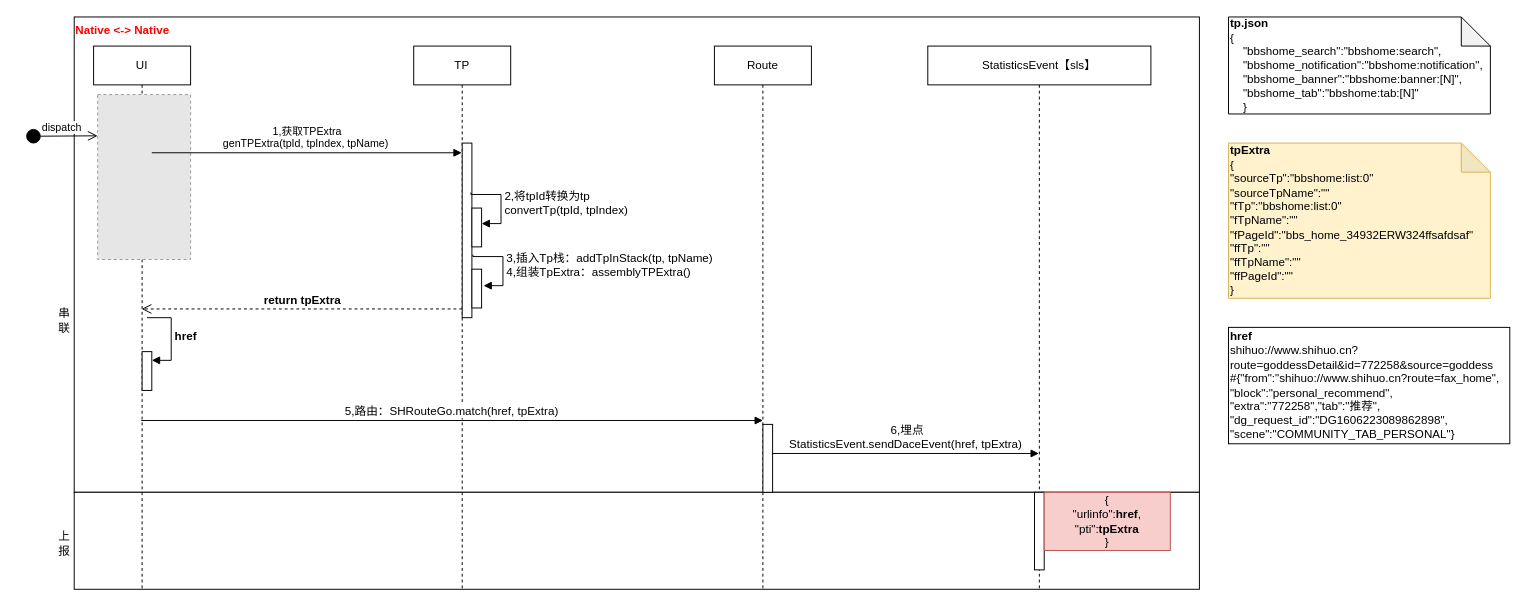
Above: 端上埋点方案V2.drawio in aiquantong/Hero (draw.io), before the change. Source tidied: cells renumbered, new cells numbered last; positions are measured from the earlier drawing's top-left corner, leaving out a move shared by most shapes. Both pictures are drawn from the tidied source at 97%, with x=0, y=0 at pixel (25, 16). Pictures stored in the file or linked from it are replaced by grey dashed boxes.
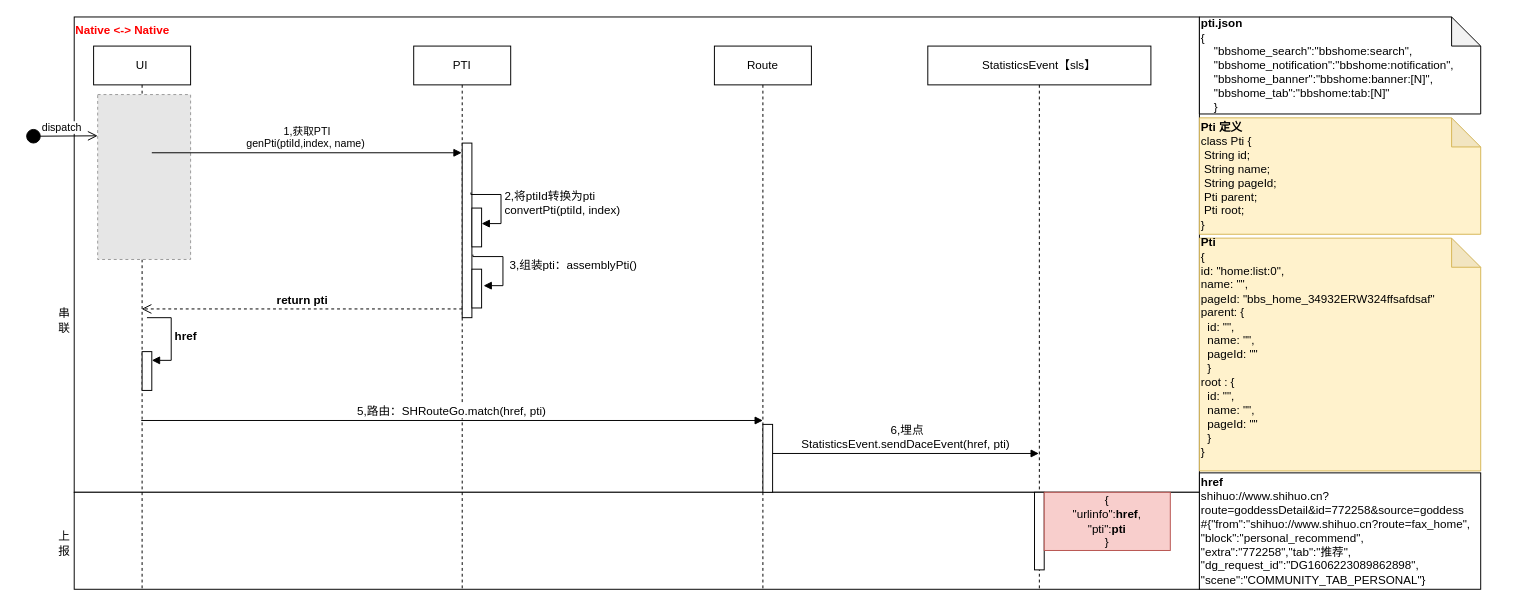
Above is the later version.

Commit message:
Update 端上埋点方案V2.drawio

Unchanged cells that the change refers to:
```xml
<mxCell id="2" style="group;" parent="1" vertex="1">
  <mxGeometry width="1530" height="590" as="geometry" />
</mxCell>
<mxCell id="7" value="UI" style="shape=umlLifeline;perimeter=lifelinePerimeter;whiteSpace=wrap;html=1;outlineConnect=0;" parent="2" vertex="1">
  <mxGeometry x="70" y="30" width="100" height="560" as="geometry" />
</mxCell>
<mxCell id="13" style="html=1;points=[];perimeter=orthogonalPerimeter;fontSize=12;" parent="12" vertex="1">
  <mxGeometry x="50" y="100" width="10" height="180" as="geometry" />
</mxCell>
```

What changed in the source:
```diff
@@
-    <mxCell id="12" value="TP" style="shape=umlLifeline;perimeter=lifelinePerimeter;whiteSpace=wrap;html=1;outlineConnect=0;" parent="2" vertex="1">
+    <mxCell id="12" value="PTI" style="shape=umlLifeline;perimeter=lifelinePerimeter;whiteSpace=wrap;html=1;outlineConnect=0;" parent="2" vertex="1">
       <mxGeometry x="400" y="30" width="100" height="560" as="geometry" />
     </mxCell>
@@
-    <mxCell id="15" value="2,将tpId转换为tp&lt;br&gt;convertTp(tpId, tpIndex)&amp;nbsp;" style="edgeStyle=orthogonalEdgeStyle;html=1;align=left;spacingLeft=2;endArrow=block;rounded=0;entryX=1;entryY=0;fontSize=12;exitX=0.9;exitY=0.292;exitDx=0;exitDy=0;exitPerimeter=0;" parent="12" edge="1">
+    <mxCell id="15" value="2,将ptiId转换为pti&lt;br&gt;convertPti(ptiId, index)&amp;nbsp;" style="edgeStyle=orthogonalEdgeStyle;html=1;align=left;spacingLeft=2;endArrow=block;rounded=0;entryX=1;entryY=0;fontSize=12;exitX=0.9;exitY=0.292;exitDx=0;exitDy=0;exitPerimeter=0;" parent="12" edge="1">
       <mxGeometry relative="1" as="geometry">
         <mxPoint x="59" y="151" as="sourcePoint" />
         <mxPoint x="70" y="183" as="targetPoint" />
         <Array as="points">
           <mxPoint x="59" y="153" />
           <mxPoint x="90" y="153" />
           <mxPoint x="90" y="183" />
         </Array>
       </mxGeometry>
     </mxCell>
-    <mxCell id="16" value="1,获取TPExtra&lt;br&gt;genTPExtra(tpId, tpIndex, tpName)&amp;nbsp;" style="html=1;verticalAlign=bottom;endArrow=block;" parent="2" edge="1" target="12">
+    <mxCell id="16" value="1,获取PTI&lt;br&gt;genPti(ptiId,index, name)&amp;nbsp;" style="html=1;verticalAlign=bottom;endArrow=block;" parent="2" edge="1" target="12">
       <mxGeometry relative="1" as="geometry">
         <mxPoint x="130" y="140" as="sourcePoint" />
       </mxGeometry>
     </mxCell>
-    <mxCell id="17" value="&lt;b&gt;return tpExtra&lt;/b&gt;" style="html=1;verticalAlign=bottom;endArrow=open;dashed=1;endSize=8;exitX=0;exitY=0.95;fontSize=12;" parent="2" edge="1" source="13" target="7">
+    <mxCell id="17" value="&lt;b&gt;return pti&lt;/b&gt;" style="html=1;verticalAlign=bottom;endArrow=open;dashed=1;endSize=8;exitX=0;exitY=0.95;fontSize=12;" parent="2" edge="1" source="13" target="7">
       <mxGeometry relative="1" as="geometry" />
     </mxCell>
@@
-    <mxCell id="20" value="5,路由：SHRouteGo.match(href, tpExtra)" style="html=1;verticalAlign=bottom;endArrow=block;entryX=0;entryY=0;fontSize=12;" parent="2" edge="1">
+    <mxCell id="20" value="5,路由：SHRouteGo.match(href, pti)" style="html=1;verticalAlign=bottom;endArrow=block;entryX=0;entryY=0;fontSize=12;" parent="2" edge="1">
       <mxGeometry relative="1" as="geometry">
         <mxPoint x="119.1" y="416" as="sourcePoint" />
         <mxPoint x="760" y="416" as="targetPoint" />
       </mxGeometry>
     </mxCell>
@@
-    <mxCell id="23" value="&amp;nbsp;6,埋点&lt;br&gt;StatisticsEvent.sendDaceEvent(href, tpExtra)" style="html=1;verticalAlign=bottom;endArrow=block;fontSize=12;" parent="2" edge="1">
+    <mxCell id="23" value="&amp;nbsp;6,埋点&lt;br&gt;StatisticsEvent.sendDaceEvent(href, pti)" style="html=1;verticalAlign=bottom;endArrow=block;fontSize=12;" parent="2" edge="1">
       <mxGeometry relative="1" as="geometry">
         <mxPoint x="770" y="450" as="sourcePoint" />
         <mxPoint x="1044.5" y="450" as="targetPoint" />
       </mxGeometry>
     </mxCell>
-    <mxCell id="24" value="&lt;div&gt;&lt;b&gt;tp.json&lt;/b&gt;&lt;/div&gt;&lt;div&gt;&lt;span&gt;{&lt;/span&gt;&lt;br&gt;&lt;/div&gt;&lt;div&gt;&amp;nbsp; &amp;nbsp; &quot;bbshome_search&quot;:&quot;bbshome:search&quot;,&lt;/div&gt;&lt;div&gt;&amp;nbsp; &amp;nbsp; &quot;bbshome_notification&quot;:&quot;bbshome:notification&quot;,&lt;/div&gt;&lt;div&gt;&amp;nbsp; &amp;nbsp; &quot;bbshome_banner&quot;:&quot;bbshome:banner:[N]&quot;,&lt;/div&gt;&lt;div&gt;&amp;nbsp; &amp;nbsp; &quot;bbshome_tab&quot;:&quot;bbshome:tab:[N]&quot;&lt;/div&gt;&lt;div&gt;&amp;nbsp; &amp;nbsp; }&lt;/div&gt;" style="shape=note;whiteSpace=wrap;html=1;backgroundOutline=1;darkOpacity=0.05;fontSize=12;align=left;" parent="2" vertex="1">
-      <mxGeometry x="1240" width="270" height="100" as="geometry" />
+    <mxCell id="24" value="&lt;div&gt;&lt;b&gt;pti.json&lt;/b&gt;&lt;/div&gt;&lt;div&gt;&lt;span&gt;{&lt;/span&gt;&lt;br&gt;&lt;/div&gt;&lt;div&gt;&amp;nbsp; &amp;nbsp; &quot;bbshome_search&quot;:&quot;bbshome:search&quot;,&lt;/div&gt;&lt;div&gt;&amp;nbsp; &amp;nbsp; &quot;bbshome_notification&quot;:&quot;bbshome:notification&quot;,&lt;/div&gt;&lt;div&gt;&amp;nbsp; &amp;nbsp; &quot;bbshome_banner&quot;:&quot;bbshome:banner:[N]&quot;,&lt;/div&gt;&lt;div&gt;&amp;nbsp; &amp;nbsp; &quot;bbshome_tab&quot;:&quot;bbshome:tab:[N]&quot;&lt;/div&gt;&lt;div&gt;&amp;nbsp; &amp;nbsp; }&lt;/div&gt;" style="shape=note;whiteSpace=wrap;html=1;backgroundOutline=1;darkOpacity=0.05;fontSize=12;align=left;" parent="2" vertex="1">
+      <mxGeometry x="1210" width="290" height="100" as="geometry" />
     </mxCell>
-    <mxCell id="25" value="{&lt;br&gt;&quot;urlinfo&quot;:&lt;b&gt;href&lt;/b&gt;,&lt;br&gt;&quot;pti&quot;:&lt;b&gt;tpExtra&lt;/b&gt;&lt;br&gt;}" style="text;html=1;strokeColor=#b85450;fillColor=#f8cecc;align=center;verticalAlign=middle;whiteSpace=wrap;rounded=0;fontSize=12;" parent="2" vertex="1">
+    <mxCell id="25" value="{&lt;br&gt;&quot;urlinfo&quot;:&lt;b&gt;href&lt;/b&gt;,&lt;br&gt;&quot;pti&quot;:&lt;b&gt;pti&lt;/b&gt;&lt;br&gt;}" style="text;html=1;strokeColor=#b85450;fillColor=#f8cecc;align=center;verticalAlign=middle;whiteSpace=wrap;rounded=0;fontSize=12;" parent="2" vertex="1">
       <mxGeometry x="1050" y="490" width="130" height="60" as="geometry" />
     </mxCell>
@@
-    <mxCell id="27" value="3,插入Tp栈：addTpInStack(tp, tpName)&amp;nbsp;&lt;br&gt;4,组装TpExtra：assemblyTPExtra()&amp;nbsp;" style="edgeStyle=orthogonalEdgeStyle;html=1;align=left;spacingLeft=2;endArrow=block;rounded=0;entryX=1;entryY=0;fontSize=12;exitX=0.9;exitY=0.292;exitDx=0;exitDy=0;exitPerimeter=0;" parent="2" edge="1">
+    <mxCell id="27" value="&amp;nbsp;3,组装pti：assemblyPti()&amp;nbsp;" style="edgeStyle=orthogonalEdgeStyle;html=1;align=left;spacingLeft=2;endArrow=block;rounded=0;entryX=1;entryY=0;fontSize=12;exitX=0.9;exitY=0.292;exitDx=0;exitDy=0;exitPerimeter=0;" parent="2" edge="1">
       <mxGeometry relative="1" as="geometry">
         <mxPoint x="461" y="245" as="sourcePoint" />
         <mxPoint x="472" y="277" as="targetPoint" />
         <Array as="points">
           <mxPoint x="461" y="247" />
           <mxPoint x="492" y="247" />
           <mxPoint x="492" y="277" />
         </Array>
       </mxGeometry>
     </mxCell>
-    <mxCell id="28" value="&lt;div&gt;&lt;b&gt;tpExtra&lt;/b&gt;&lt;/div&gt;&lt;div&gt;{&lt;/div&gt;&lt;div&gt;&quot;sourceTp&quot;:&quot;bbshome:list:0&quot;&lt;/div&gt;&lt;div&gt;&quot;sourceTpName&quot;:&quot;&quot;&lt;/div&gt;&lt;div&gt;&quot;fTp&quot;:&quot;bbshome:list:0&quot;&lt;/div&gt;&lt;div&gt;&quot;fTpName&quot;:&quot;&quot;&lt;/div&gt;&lt;div&gt;&quot;fPageId&quot;:&quot;bbs_home_34932ERW324ffsafdsaf&quot;&lt;/div&gt;&lt;div&gt;&quot;ffTp&quot;:&quot;&quot;&lt;/div&gt;&lt;div&gt;&quot;ffTpName&quot;:&quot;&quot;&lt;/div&gt;&lt;div&gt;&quot;ffPageId&quot;:&quot;&quot;&lt;/div&gt;&lt;div&gt;}&lt;/div&gt;" style="shape=note;whiteSpace=wrap;html=1;backgroundOutline=1;darkOpacity=0.05;fontSize=12;align=left;fillColor=#fff2cc;strokeColor=#d6b656;" parent="2" vertex="1">
-      <mxGeometry x="1240" y="130" width="270" height="160" as="geometry" />
+    <mxCell id="28" value="&lt;div&gt;&lt;span&gt;&lt;b&gt;Pti&amp;nbsp;&lt;/b&gt;&lt;/span&gt;&lt;/div&gt;&lt;div&gt;&lt;span&gt;{&lt;/span&gt;&lt;br&gt;&lt;/div&gt;&lt;div&gt;&lt;div&gt;&lt;span&gt; &lt;/span&gt;id: &quot;home:list:0&quot;,&lt;/div&gt;&lt;div&gt;&lt;span&gt; &lt;/span&gt;name: &quot;&quot;,&lt;/div&gt;&lt;div&gt;&lt;span&gt; &lt;/span&gt;pageId: &quot;bbs_home_34932ERW324ffsafdsaf&quot;&lt;/div&gt;&lt;div&gt;&lt;span&gt; &lt;/span&gt;parent: {&lt;/div&gt;&lt;div&gt;&lt;span&gt; &lt;/span&gt;&amp;nbsp; id: &quot;&quot;,&lt;/div&gt;&lt;div&gt;&lt;span&gt; &lt;/span&gt;&amp;nbsp; name: &quot;&quot;,&lt;/div&gt;&lt;div&gt;&lt;span&gt; &lt;/span&gt;&amp;nbsp; pageId: &quot;&quot;&lt;/div&gt;&lt;div&gt;&lt;span&gt;&lt;/span&gt;&amp;nbsp; }&lt;/div&gt;&lt;div&gt;root : {&lt;/div&gt;&lt;div&gt;&lt;div&gt;&amp;nbsp; id: &quot;&quot;,&lt;/div&gt;&lt;div&gt;&amp;nbsp; name: &quot;&quot;,&lt;/div&gt;&lt;div&gt;&amp;nbsp; pageId: &quot;&quot;&lt;/div&gt;&lt;/div&gt;&lt;div&gt;&amp;nbsp; }&lt;/div&gt;&lt;div&gt;}&lt;/div&gt;&lt;/div&gt;&lt;div&gt;&lt;br&gt;&lt;/div&gt;" style="shape=note;whiteSpace=wrap;html=1;backgroundOutline=1;darkOpacity=0.05;fontSize=12;align=left;fillColor=#fff2cc;strokeColor=#d6b656;" parent="2" vertex="1">
+      <mxGeometry x="1210" y="228" width="290" height="240" as="geometry" />
     </mxCell>
@@
     <mxCell id="30" value="&lt;span&gt;&lt;b&gt;href&lt;/b&gt;&lt;/span&gt;&lt;br style=&quot;padding: 0px ; margin: 0px&quot;&gt;&lt;span&gt;shihuo://www.shihuo.cn?&lt;/span&gt;&lt;br style=&quot;padding: 0px ; margin: 0px&quot;&gt;&lt;span&gt;route=goddessDetail&amp;amp;id=772258&amp;amp;source=goddess&lt;/span&gt;&lt;br style=&quot;padding: 0px ; margin: 0px&quot;&gt;&lt;span&gt;#{&quot;from&quot;:&quot;shihuo://www.shihuo.cn?route=fax_home&quot;,&lt;/span&gt;&lt;br style=&quot;padding: 0px ; margin: 0px&quot;&gt;&lt;span&gt;&quot;block&quot;:&quot;personal_recommend&quot;,&lt;/span&gt;&lt;br style=&quot;padding: 0px ; margin: 0px&quot;&gt;&lt;span&gt;&quot;extra&quot;:&quot;772258&quot;,&quot;tab&quot;:&quot;推荐&quot;,&lt;/span&gt;&lt;br style=&quot;padding: 0px ; margin: 0px&quot;&gt;&lt;span&gt;&quot;dg_request_id&quot;:&quot;DG1606223089862898&quot;,&lt;/span&gt;&lt;br style=&quot;padding: 0px ; margin: 0px&quot;&gt;&lt;div&gt;&lt;span&gt;&quot;scene&quot;:&quot;COMMUNITY_TAB_PERSONAL&quot;}&lt;/span&gt;&lt;/div&gt;" style="rounded=0;whiteSpace=wrap;html=1;align=left;" parent="2" vertex="1">
-      <mxGeometry x="1240" y="320" width="290" height="120" as="geometry" />
+      <mxGeometry x="1210" y="470" width="290" height="120" as="geometry" />
     </mxCell>
+    <mxCell id="31" value="&lt;div&gt;&lt;b&gt;Pti 定义&lt;/b&gt;&lt;/div&gt;&lt;div&gt;&lt;div&gt;class Pti {&lt;/div&gt;&lt;div&gt;&lt;span&gt;&lt;/span&gt;&amp;nbsp;String id;&lt;/div&gt;&lt;div&gt;&lt;span&gt;&lt;/span&gt;&amp;nbsp;String name;&lt;/div&gt;&lt;div&gt;&lt;span&gt;&lt;/span&gt;&amp;nbsp;String pageId;&lt;/div&gt;&lt;div&gt;&lt;span&gt;&lt;/span&gt;&amp;nbsp;Pti parent;&lt;/div&gt;&lt;div&gt;&lt;span&gt;&lt;/span&gt;&amp;nbsp;Pti root;&lt;/div&gt;&lt;div&gt;}&lt;/div&gt;&lt;/div&gt;" style="shape=note;whiteSpace=wrap;html=1;backgroundOutline=1;darkOpacity=0.05;fontSize=12;align=left;fillColor=#fff2cc;strokeColor=#d6b656;" parent="2" vertex="1">
+      <mxGeometry x="1210" y="104" width="290" height="120" as="geometry" />
+    </mxCell>
```
